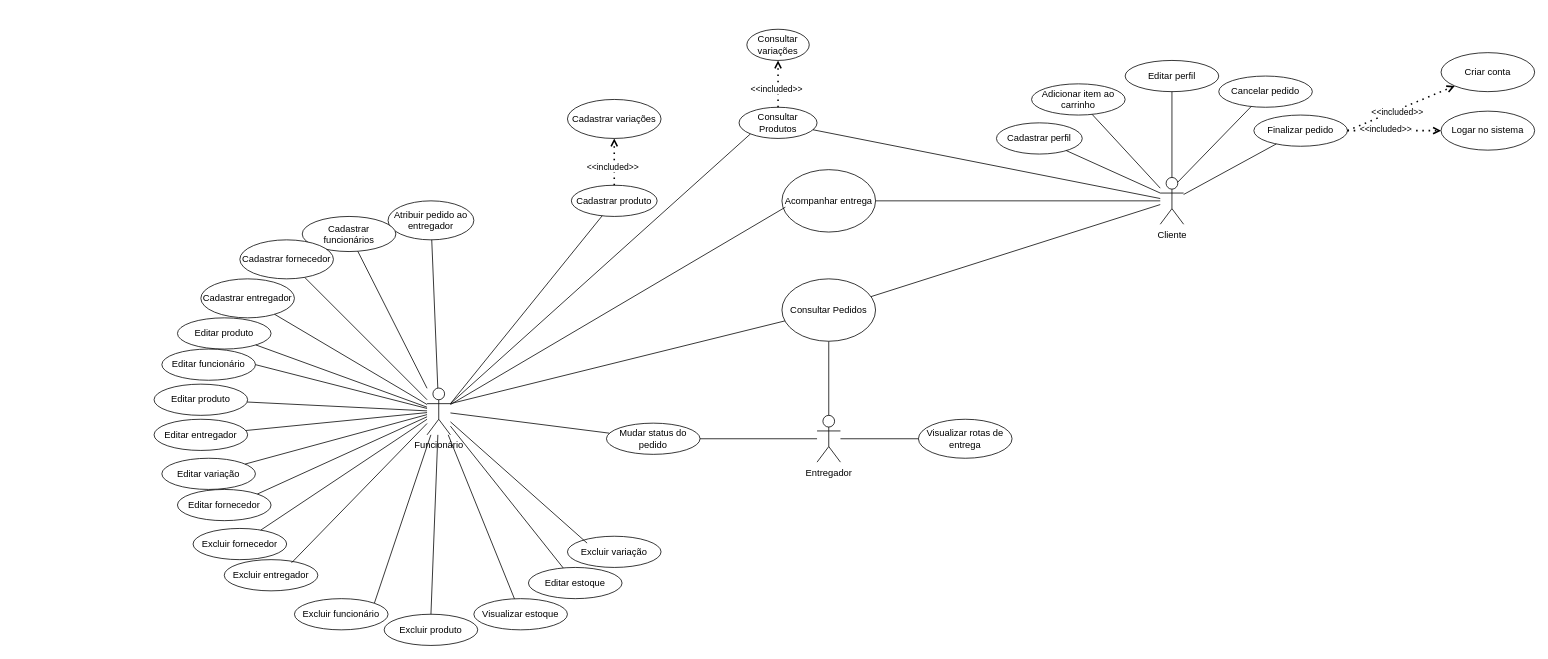
Before: database/diagramaSorveteria.drawio in Carolinyr9/amor-na-casquinha, a draw.io diagram. Source tidied: cells renumbered, new cells numbered last; positions are measured from the earlier drawing's top-left corner, leaving out a move shared by most shapes. Both pictures are drawn from the tidied source at 78%, with x=0, y=0 at pixel (154, 29).
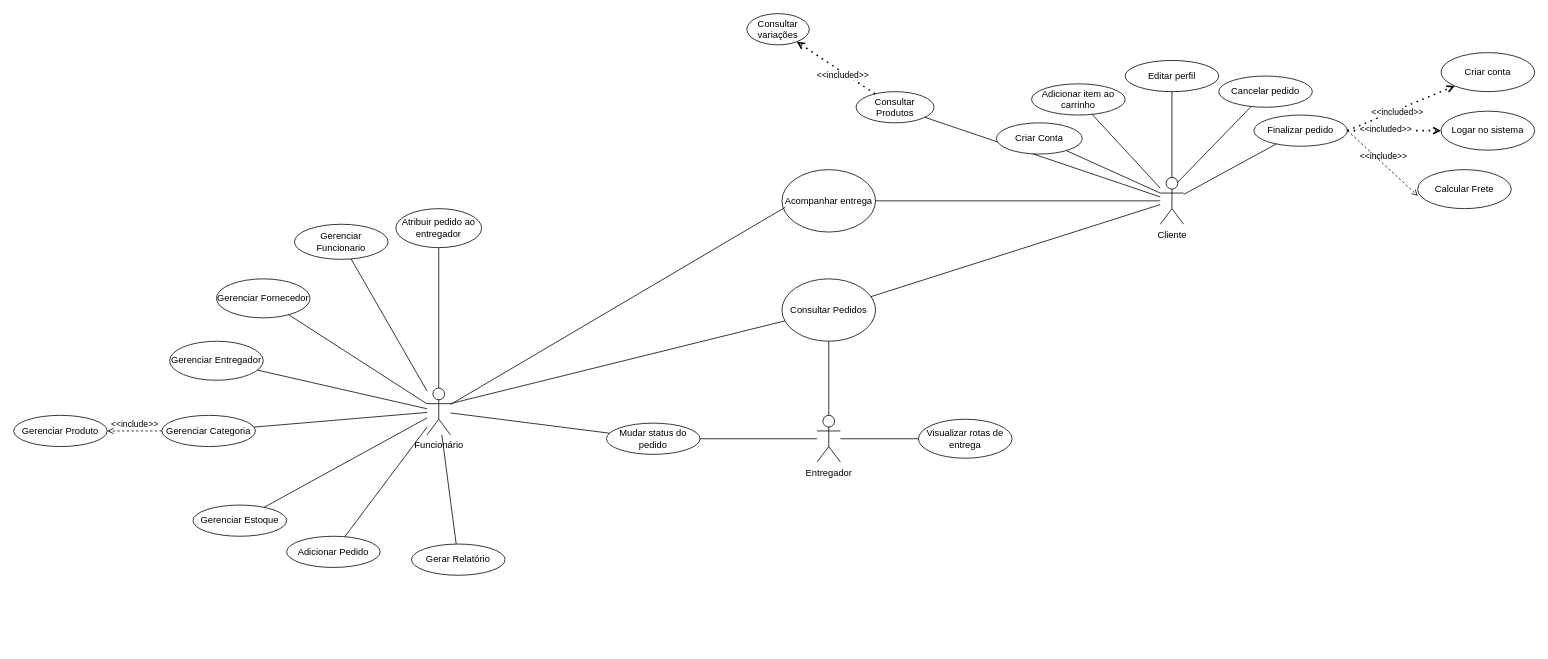
The same page after the edit.

Commit message:
♻️ refactor use diagram

Unchanged cells that the change refers to:
```xml
<mxCell id="7" value="Finalizar pedido" style="ellipse;whiteSpace=wrap;html=1;" parent="1" vertex="1">
  <mxGeometry x="1410" y="110" width="120" height="40" as="geometry" />
</mxCell>
<mxCell id="15" value="Funcionário" style="shape=umlActor;verticalLabelPosition=bottom;verticalAlign=top;html=1;outlineConnect=0;" parent="1" vertex="1">
  <mxGeometry x="350" y="460" width="30" height="60" as="geometry" />
</mxCell>
```

What changed in the source:
```diff
@@
     <mxCell id="3" value="Consultar Produtos" style="ellipse;whiteSpace=wrap;html=1;" parent="1" vertex="1">
-      <mxGeometry x="750" y="100" width="100" height="40" as="geometry" />
+      <mxGeometry x="900" y="80" width="100" height="40" as="geometry" />
     </mxCell>
@@
     <mxCell id="16" value="Atribuir pedido ao entregador" style="ellipse;whiteSpace=wrap;html=1;" parent="1" vertex="1">
-      <mxGeometry x="300" y="220" width="110" height="50" as="geometry" />
+      <mxGeometry x="310" y="230" width="110" height="50" as="geometry" />
     </mxCell>
@@
-    <mxCell id="25" value="Cadastrar perfil" style="ellipse;whiteSpace=wrap;html=1;" parent="1" vertex="1">
+    <mxCell id="25" value="Criar Conta" style="ellipse;whiteSpace=wrap;html=1;" parent="1" vertex="1">
       <mxGeometry x="1080" y="120" width="110" height="40" as="geometry" />
     </mxCell>
@@
     <mxCell id="27" value="Consultar variações" style="ellipse;whiteSpace=wrap;html=1;" parent="1" vertex="1">
-      <mxGeometry x="760" width="80" height="40" as="geometry" />
+      <mxGeometry x="760" y="-20" width="80" height="40" as="geometry" />
     </mxCell>
@@
-    <mxCell id="36" value="Cadastrar produto" style="ellipse;whiteSpace=wrap;html=1;" parent="1" vertex="1">
-      <mxGeometry x="535" y="200" width="110" height="40" as="geometry" />
-    </mxCell>
-    <mxCell id="37" value="Cadastrar variações" style="ellipse;whiteSpace=wrap;html=1;" parent="1" vertex="1">
-      <mxGeometry x="530" y="90" width="120" height="50" as="geometry" />
-    </mxCell>
-    <mxCell id="38" style="endArrow=none;html=1;rounded=0;exitX=1;exitY=0.3333333333333333;exitDx=0;exitDy=0;exitPerimeter=0;" parent="1" edge="1" source="15" target="36">
-      <mxGeometry relative="1" as="geometry" />
-    </mxCell>
@@
-    <mxCell id="41" value="Cadastrar funcionários" style="ellipse;whiteSpace=wrap;html=1;" parent="1" vertex="1">
-      <mxGeometry x="190" y="240" width="120" height="45" as="geometry" />
+    <mxCell id="41" value="Gerenciar Funcionario" style="ellipse;whiteSpace=wrap;html=1;" parent="1" vertex="1">
+      <mxGeometry x="180" y="250" width="120" height="45" as="geometry" />
     </mxCell>
-    <mxCell id="42" value="Cadastrar fornecedor" style="ellipse;whiteSpace=wrap;html=1;" parent="1" vertex="1">
-      <mxGeometry x="110" y="270" width="120" height="50" as="geometry" />
+    <mxCell id="42" value="Gerenciar Fornecedor" style="ellipse;whiteSpace=wrap;html=1;" parent="1" vertex="1">
+      <mxGeometry x="80" y="320" width="120" height="50" as="geometry" />
     </mxCell>
@@
-    <mxCell id="45" value="Editar produto" style="ellipse;whiteSpace=wrap;html=1;" parent="1" vertex="1">
-      <mxGeometry x="30" y="370" width="120" height="40" as="geometry" />
+    <mxCell id="45" value="Gerenciar Categoria" style="ellipse;whiteSpace=wrap;html=1;" parent="1" vertex="1">
+      <mxGeometry x="10" y="495" width="120" height="40" as="geometry" />
     </mxCell>
-    <mxCell id="46" value="Editar funcionári&lt;span style=&quot;background-color: initial;&quot;&gt;o&lt;/span&gt;" style="ellipse;whiteSpace=wrap;html=1;" parent="1" vertex="1">
-      <mxGeometry x="10" y="410" width="120" height="40" as="geometry" />
+    <mxCell id="46" value="Gerenciar Produto" style="ellipse;whiteSpace=wrap;html=1;" parent="1" vertex="1">
+      <mxGeometry x="-180" y="495" width="120" height="40" as="geometry" />
     </mxCell>
-    <mxCell id="47" value="Editar produto" style="ellipse;whiteSpace=wrap;html=1;" parent="1" vertex="1">
-      <mxGeometry y="455" width="120" height="40" as="geometry" />
+    <mxCell id="47" value="Gerenciar Estoque" style="ellipse;whiteSpace=wrap;html=1;" parent="1" vertex="1">
+      <mxGeometry x="50" y="610" width="120" height="40" as="geometry" />
     </mxCell>
-    <mxCell id="48" value="Cadastrar entregador" style="ellipse;whiteSpace=wrap;html=1;" parent="1" vertex="1">
-      <mxGeometry x="60" y="320" width="120" height="50" as="geometry" />
+    <mxCell id="48" value="Gerenciar Entregador" style="ellipse;whiteSpace=wrap;html=1;" parent="1" vertex="1">
+      <mxGeometry x="20" y="400" width="120" height="50" as="geometry" />
     </mxCell>
@@
-    <mxCell id="51" style="endArrow=none;html=1;rounded=0;entryX=1;entryY=0.5;entryDx=0;entryDy=0;" parent="1" edge="1" source="15" target="46">
-      <mxGeometry relative="1" as="geometry" />
-    </mxCell>
@@
-    <mxCell id="53" value="Editar entregador" style="ellipse;whiteSpace=wrap;html=1;" parent="1" vertex="1">
-      <mxGeometry y="500" width="120" height="40" as="geometry" />
-    </mxCell>
-    <mxCell id="54" value="Editar variação" style="ellipse;whiteSpace=wrap;html=1;" parent="1" vertex="1">
-      <mxGeometry x="10" y="550" width="120" height="40" as="geometry" />
-    </mxCell>
-    <mxCell id="55" value="Editar fornecedor" style="ellipse;whiteSpace=wrap;html=1;" parent="1" vertex="1">
-      <mxGeometry x="30" y="590" width="120" height="40" as="geometry" />
-    </mxCell>
@@
-    <mxCell id="58" value="Excluir fornecedor" style="ellipse;whiteSpace=wrap;html=1;" parent="1" vertex="1">
-      <mxGeometry x="50" y="640" width="120" height="40" as="geometry" />
-    </mxCell>
-    <mxCell id="59" value="Excluir entregador" style="ellipse;whiteSpace=wrap;html=1;" parent="1" vertex="1">
-      <mxGeometry x="90" y="680" width="120" height="40" as="geometry" />
-    </mxCell>
-    <mxCell id="60" value="Excluir funcionário" style="ellipse;whiteSpace=wrap;html=1;" parent="1" vertex="1">
-      <mxGeometry x="180" y="730" width="120" height="40" as="geometry" />
-    </mxCell>
-    <mxCell id="61" value="Excluir produto" style="ellipse;whiteSpace=wrap;html=1;" parent="1" vertex="1">
-      <mxGeometry x="295" y="750" width="120" height="40" as="geometry" />
-    </mxCell>
-    <mxCell id="62" value="Excluir variação" style="ellipse;whiteSpace=wrap;html=1;" parent="1" vertex="1">
-      <mxGeometry x="530" y="650" width="120" height="40" as="geometry" />
-    </mxCell>
-    <mxCell id="63" value="Visualizar estoque" style="ellipse;whiteSpace=wrap;html=1;" parent="1" vertex="1">
-      <mxGeometry x="410" y="730" width="120" height="40" as="geometry" />
-    </mxCell>
-    <mxCell id="64" value="Editar estoque" style="ellipse;whiteSpace=wrap;html=1;" parent="1" vertex="1">
-      <mxGeometry x="480" y="690" width="120" height="40" as="geometry" />
-    </mxCell>
-    <mxCell id="65" style="endArrow=none;html=1;rounded=0;" parent="1" edge="1" source="53" target="15">
-      <mxGeometry relative="1" as="geometry" />
-    </mxCell>
-    <mxCell id="66" style="endArrow=none;html=1;rounded=0;" parent="1" edge="1" source="54" target="15">
-      <mxGeometry relative="1" as="geometry" />
-    </mxCell>
-    <mxCell id="67" style="endArrow=none;html=1;rounded=0;exitX=1;exitY=0;exitDx=0;exitDy=0;" parent="1" edge="1" source="55" target="15">
-      <mxGeometry relative="1" as="geometry" />
-    </mxCell>
-    <mxCell id="68" style="endArrow=none;html=1;rounded=0;" parent="1" edge="1" source="58" target="15">
-      <mxGeometry relative="1" as="geometry" />
-    </mxCell>
-    <mxCell id="69" style="endArrow=none;html=1;rounded=0;exitX=0.719;exitY=0.101;exitDx=0;exitDy=0;exitPerimeter=0;" parent="1" edge="1" source="59" target="15">
-      <mxGeometry relative="1" as="geometry" />
-    </mxCell>
-    <mxCell id="70" style="endArrow=none;html=1;rounded=0;exitX=1;exitY=0;exitDx=0;exitDy=0;" parent="1" edge="1" source="60" target="15">
-      <mxGeometry relative="1" as="geometry" />
-    </mxCell>
-    <mxCell id="71" style="endArrow=none;html=1;rounded=0;exitX=0.5;exitY=0;exitDx=0;exitDy=0;" parent="1" edge="1" source="61" target="15">
-      <mxGeometry relative="1" as="geometry" />
-    </mxCell>
-    <mxCell id="72" style="endArrow=none;html=1;rounded=0;" parent="1" edge="1" source="63" target="15">
-      <mxGeometry relative="1" as="geometry" />
-    </mxCell>
-    <mxCell id="73" style="endArrow=none;html=1;rounded=0;" parent="1" edge="1" source="64" target="15">
-      <mxGeometry relative="1" as="geometry" />
-    </mxCell>
-    <mxCell id="74" style="endArrow=none;html=1;rounded=0;exitX=0.21;exitY=0.22;exitDx=0;exitDy=0;exitPerimeter=0;" parent="1" edge="1" source="62" target="15">
-      <mxGeometry relative="1" as="geometry" />
-    </mxCell>
-    <mxCell id="75" style="endArrow=none;html=1;rounded=0;exitX=1;exitY=0.3333333333333333;exitDx=0;exitDy=0;exitPerimeter=0;entryX=0;entryY=1;entryDx=0;entryDy=0;" parent="1" edge="1" source="15" target="3">
-      <mxGeometry relative="1" as="geometry" />
-    </mxCell>
-    <mxCell id="76" style="endArrow=open;dashed=1;html=1;dashPattern=1 3;strokeWidth=2;rounded=0;startArrow=none;startFill=0;endFill=0;entryX=0.5;entryY=1;entryDx=0;entryDy=0;" parent="1" edge="1" source="36" target="37">
-      <mxGeometry relative="1" as="geometry" />
-    </mxCell>
-    <mxCell id="77" value="&amp;lt;&amp;lt;included&amp;gt;&amp;gt;" style="edgeLabel;html=1;align=center;verticalAlign=middle;" parent="76" vertex="1">
-      <mxGeometry x="-0.2" y="3" relative="1" as="geometry" />
-    </mxCell>
+    <mxCell id="78" value="Adicionar Pedido" style="ellipse;whiteSpace=wrap;html=1;" parent="1" vertex="1">
+      <mxGeometry x="170" y="650" width="120" height="40" as="geometry" />
+    </mxCell>
+    <mxCell id="79" style="endArrow=none;html=1;rounded=0;" parent="1" edge="1" source="15" target="78">
+      <mxGeometry relative="1" as="geometry" />
+    </mxCell>
+    <mxCell id="80" value="Gerar Relatório" style="ellipse;whiteSpace=wrap;html=1;" parent="1" vertex="1">
+      <mxGeometry x="330" y="660" width="120" height="40" as="geometry" />
+    </mxCell>
+    <mxCell id="81" style="endArrow=none;html=1;rounded=0;" parent="1" edge="1" source="15" target="80">
+      <mxGeometry relative="1" as="geometry" />
+    </mxCell>
+    <mxCell id="82" value="&amp;lt;&amp;lt;include&amp;gt;&amp;gt;" style="html=1;verticalAlign=bottom;labelBackgroundColor=none;endArrow=open;endFill=0;dashed=1;rounded=0;entryX=1;entryY=0.5;entryDx=0;entryDy=0;" parent="1" edge="1" source="45" target="46">
+      <mxGeometry relative="1" as="geometry" />
+    </mxCell>
+    <mxCell id="83" value="&amp;lt;&amp;lt;include&amp;gt;&amp;gt;" style="html=1;verticalAlign=bottom;labelBackgroundColor=none;endArrow=open;endFill=0;dashed=1;rounded=0;exitX=1;exitY=0.5;exitDx=0;exitDy=0;entryX=0.003;entryY=0.672;entryDx=0;entryDy=0;entryPerimeter=0;" parent="1" edge="1" source="7" target="84">
+      <mxGeometry relative="1" as="geometry" />
+    </mxCell>
+    <mxCell id="84" value="Calcular Frete" style="ellipse;whiteSpace=wrap;html=1;" parent="1" vertex="1">
+      <mxGeometry x="1620" y="180" width="120" height="50" as="geometry" />
+    </mxCell>
```
